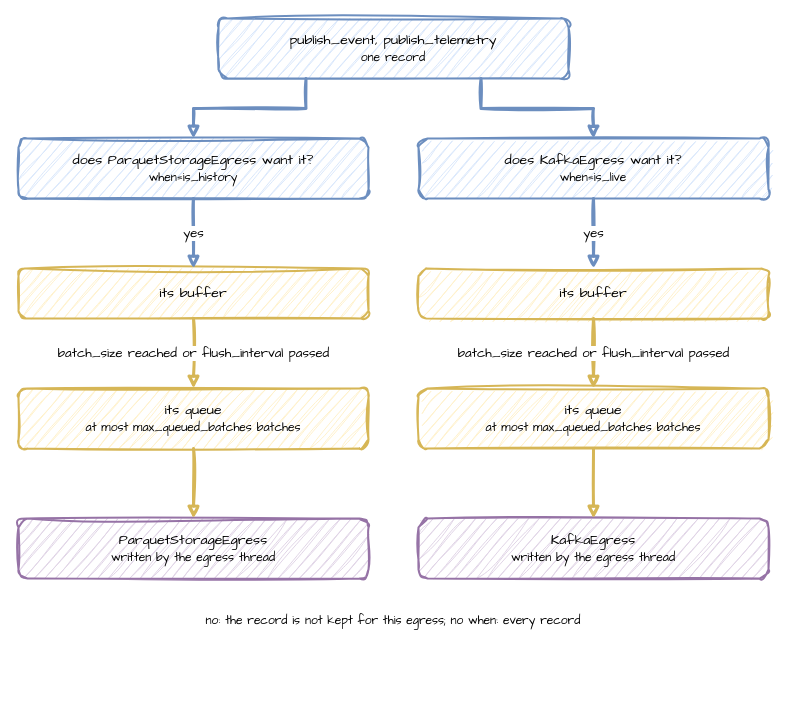
This is docs/assets/diagrams/egress-path.drawio from jaehyeon-kim/desflow, a draw.io file, before an edit. Source tidied: cells renumbered, new cells numbered last; positions are measured from the earlier drawing's top-left corner, leaving out a move shared by most shapes. Both pictures are drawn from the tidied source at 100%, with x=0, y=0 at pixel (18, 18).
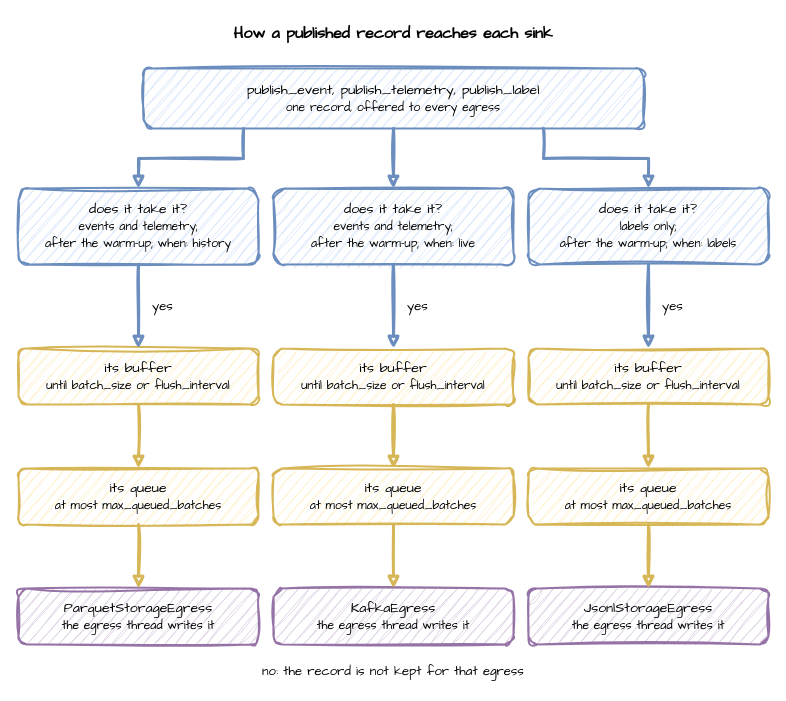
The same page after the edit.

The edit, as a diff of the source:
```diff
@@
+    <mxCell id="20" value="How a published record reaches each sink" style="text;html=1;align=center;verticalAlign=middle;whiteSpace=wrap;fontFamily=Comic Sans MS;fontSize=16;fontStyle=1;" parent="1" vertex="1">
+      <mxGeometry width="750" height="30" as="geometry" />
+    </mxCell>
-    <mxCell id="2" value="publish_event, publish_telemetry&lt;br&gt;&lt;font style='font-size:12px'&gt;one record&lt;/font&gt;" style="rounded=1;whiteSpace=wrap;html=1;sketch=1;curveFitting=1;jiggle=2;fontFamily=Comic Sans MS;fontSize=14;fillColor=#dae8fc;strokeColor=#6c8ebf;strokeWidth=2;" parent="1" vertex="1">
-      <mxGeometry x="200" width="350" height="60" as="geometry" />
+    <mxCell id="2" value="publish_event, publish_telemetry, publish_label&lt;br&gt;&lt;font style='font-size:12px'&gt;one record, offered to every egress&lt;/font&gt;" style="rounded=1;whiteSpace=wrap;html=1;sketch=1;curveFitting=1;jiggle=2;fontFamily=Comic Sans MS;fontSize=14;fillColor=#dae8fc;strokeColor=#6c8ebf;strokeWidth=2;" parent="1" vertex="1">
+      <mxGeometry x="125" y="50" width="500" height="60" as="geometry" />
     </mxCell>
-    <mxCell id="3" value="does ParquetStorageEgress want it?&lt;br&gt;&lt;font style='font-size:12px'&gt;when=is_history&lt;/font&gt;" style="rounded=1;whiteSpace=wrap;html=1;sketch=1;curveFitting=1;jiggle=2;fontFamily=Comic Sans MS;fontSize=14;fillColor=#dae8fc;strokeColor=#6c8ebf;strokeWidth=2;" parent="1" vertex="1">
-      <mxGeometry y="120" width="350" height="60" as="geometry" />
+    <mxCell id="3" value="does it take it?&lt;br&gt;&lt;font style='font-size:12px'&gt;events and telemetry;&lt;br&gt;after the warm-up; when: history&lt;/font&gt;" style="rounded=1;whiteSpace=wrap;html=1;sketch=1;curveFitting=1;jiggle=2;fontFamily=Comic Sans MS;fontSize=14;fillColor=#dae8fc;strokeColor=#6c8ebf;strokeWidth=2;" parent="1" vertex="1">
+      <mxGeometry y="170" width="240" height="76" as="geometry" />
     </mxCell>
-    <mxCell id="4" value="its buffer" style="rounded=1;whiteSpace=wrap;html=1;sketch=1;curveFitting=1;jiggle=2;fontFamily=Comic Sans MS;fontSize=14;fillColor=#fff2cc;strokeColor=#d6b656;strokeWidth=2;" parent="1" vertex="1">
-      <mxGeometry y="250" width="350" height="50" as="geometry" />
+    <mxCell id="4" value="its buffer&lt;br&gt;&lt;font style='font-size:12px'&gt;until batch_size or flush_interval&lt;/font&gt;" style="rounded=1;whiteSpace=wrap;html=1;sketch=1;curveFitting=1;jiggle=2;fontFamily=Comic Sans MS;fontSize=14;fillColor=#fff2cc;strokeColor=#d6b656;strokeWidth=2;" parent="1" vertex="1">
+      <mxGeometry y="330" width="240" height="56" as="geometry" />
     </mxCell>
-    <mxCell id="5" value="its queue&lt;br&gt;&lt;font style='font-size:12px'&gt;at most max_queued_batches batches&lt;/font&gt;" style="rounded=1;whiteSpace=wrap;html=1;sketch=1;curveFitting=1;jiggle=2;fontFamily=Comic Sans MS;fontSize=14;fillColor=#fff2cc;strokeColor=#d6b656;strokeWidth=2;" parent="1" vertex="1">
-      <mxGeometry y="370" width="350" height="60" as="geometry" />
+    <mxCell id="5" value="its queue&lt;br&gt;&lt;font style='font-size:12px'&gt;at most max_queued_batches&lt;/font&gt;" style="rounded=1;whiteSpace=wrap;html=1;sketch=1;curveFitting=1;jiggle=2;fontFamily=Comic Sans MS;fontSize=14;fillColor=#fff2cc;strokeColor=#d6b656;strokeWidth=2;" parent="1" vertex="1">
+      <mxGeometry y="450" width="240" height="56" as="geometry" />
     </mxCell>
-    <mxCell id="6" value="ParquetStorageEgress&lt;br&gt;&lt;font style='font-size:12px'&gt;written by the egress thread&lt;/font&gt;" style="rounded=1;whiteSpace=wrap;html=1;sketch=1;curveFitting=1;jiggle=2;fontFamily=Comic Sans MS;fontSize=14;fillColor=#e1d5e7;strokeColor=#9673a6;strokeWidth=2;" parent="1" vertex="1">
-      <mxGeometry y="500" width="350" height="60" as="geometry" />
+    <mxCell id="6" value="ParquetStorageEgress&lt;br&gt;&lt;font style='font-size:12px'&gt;the egress thread writes it&lt;/font&gt;" style="rounded=1;whiteSpace=wrap;html=1;sketch=1;curveFitting=1;jiggle=2;fontFamily=Comic Sans MS;fontSize=14;fillColor=#e1d5e7;strokeColor=#9673a6;strokeWidth=2;" parent="1" vertex="1">
+      <mxGeometry y="570" width="240" height="56" as="geometry" />
     </mxCell>
-    <mxCell id="7" style="edgeStyle=orthogonalEdgeStyle;rounded=0;sketch=1;html=1;strokeWidth=3;endArrow=block;strokeColor=#6c8ebf;fontFamily=Comic Sans MS;fontSize=13;labelBackgroundColor=#ffffff;exitX=0.25;exitY=1;exitDx=0;exitDy=0;entryX=0.5;entryY=0;entryDx=0;entryDy=0;" parent="1" edge="1" source="2" target="3">
+    <mxCell id="7" style="edgeStyle=orthogonalEdgeStyle;rounded=0;sketch=1;html=1;strokeWidth=3;endArrow=block;strokeColor=#6c8ebf;fontFamily=Comic Sans MS;fontSize=13;labelBackgroundColor=#ffffff;exitX=0.2;exitY=1;exitDx=0;exitDy=0;entryX=0.5;entryY=0;entryDx=0;entryDy=0;" parent="1" edge="1" source="2" target="3">
       <mxGeometry relative="1" as="geometry" />
     </mxCell>
-    <mxCell id="8" value="yes" style="edgeStyle=orthogonalEdgeStyle;rounded=0;sketch=1;html=1;strokeWidth=3;endArrow=block;strokeColor=#6c8ebf;fontFamily=Comic Sans MS;fontSize=13;labelBackgroundColor=#ffffff;exitX=0.5;exitY=1;exitDx=0;exitDy=0;entryX=0.5;entryY=0;entryDx=0;entryDy=0;" parent="1" edge="1" source="3" target="4">
-      <mxGeometry relative="1" as="geometry" />
+    <mxCell id="8" value="yes" style="edgeStyle=orthogonalEdgeStyle;rounded=0;sketch=1;html=1;strokeWidth=3;endArrow=block;strokeColor=#6c8ebf;fontFamily=Comic Sans MS;fontSize=13;labelBackgroundColor=#ffffff;align=left;exitX=0.5;exitY=1;exitDx=0;exitDy=0;entryX=0.5;entryY=0;entryDx=0;entryDy=0;" parent="1" edge="1" source="3" target="4">
+      <mxGeometry relative="1" as="geometry">
+        <mxPoint x="12" as="offset" />
+      </mxGeometry>
     </mxCell>
-    <mxCell id="9" value="batch_size reached or flush_interval passed" style="edgeStyle=orthogonalEdgeStyle;rounded=0;sketch=1;html=1;strokeWidth=3;endArrow=block;strokeColor=#d6b656;fontFamily=Comic Sans MS;fontSize=13;labelBackgroundColor=#ffffff;exitX=0.5;exitY=1;exitDx=0;exitDy=0;entryX=0.5;entryY=0;entryDx=0;entryDy=0;" parent="1" edge="1" source="4" target="5">
+    <mxCell id="9" style="edgeStyle=orthogonalEdgeStyle;rounded=0;sketch=1;html=1;strokeWidth=3;endArrow=block;strokeColor=#d6b656;fontFamily=Comic Sans MS;fontSize=13;labelBackgroundColor=#ffffff;exitX=0.5;exitY=1;exitDx=0;exitDy=0;entryX=0.5;entryY=0;entryDx=0;entryDy=0;" parent="1" edge="1" source="4" target="5">
       <mxGeometry relative="1" as="geometry" />
     </mxCell>
@@
-    <mxCell id="11" value="does KafkaEgress want it?&lt;br&gt;&lt;font style='font-size:12px'&gt;when=is_live&lt;/font&gt;" style="rounded=1;whiteSpace=wrap;html=1;sketch=1;curveFitting=1;jiggle=2;fontFamily=Comic Sans MS;fontSize=14;fillColor=#dae8fc;strokeColor=#6c8ebf;strokeWidth=2;" parent="1" vertex="1">
-      <mxGeometry x="400" y="120" width="350" height="60" as="geometry" />
+    <mxCell id="11" value="does it take it?&lt;br&gt;&lt;font style='font-size:12px'&gt;events and telemetry;&lt;br&gt;after the warm-up; when: live&lt;/font&gt;" style="rounded=1;whiteSpace=wrap;html=1;sketch=1;curveFitting=1;jiggle=2;fontFamily=Comic Sans MS;fontSize=14;fillColor=#dae8fc;strokeColor=#6c8ebf;strokeWidth=2;" parent="1" vertex="1">
+      <mxGeometry x="255" y="170" width="240" height="76" as="geometry" />
     </mxCell>
-    <mxCell id="12" value="its buffer" style="rounded=1;whiteSpace=wrap;html=1;sketch=1;curveFitting=1;jiggle=2;fontFamily=Comic Sans MS;fontSize=14;fillColor=#fff2cc;strokeColor=#d6b656;strokeWidth=2;" parent="1" vertex="1">
-      <mxGeometry x="400" y="250" width="350" height="50" as="geometry" />
+    <mxCell id="12" value="its buffer&lt;br&gt;&lt;font style='font-size:12px'&gt;until batch_size or flush_interval&lt;/font&gt;" style="rounded=1;whiteSpace=wrap;html=1;sketch=1;curveFitting=1;jiggle=2;fontFamily=Comic Sans MS;fontSize=14;fillColor=#fff2cc;strokeColor=#d6b656;strokeWidth=2;" parent="1" vertex="1">
+      <mxGeometry x="255" y="330" width="240" height="56" as="geometry" />
     </mxCell>
-    <mxCell id="13" value="its queue&lt;br&gt;&lt;font style='font-size:12px'&gt;at most max_queued_batches batches&lt;/font&gt;" style="rounded=1;whiteSpace=wrap;html=1;sketch=1;curveFitting=1;jiggle=2;fontFamily=Comic Sans MS;fontSize=14;fillColor=#fff2cc;strokeColor=#d6b656;strokeWidth=2;" parent="1" vertex="1">
-      <mxGeometry x="400" y="370" width="350" height="60" as="geometry" />
+    <mxCell id="13" value="its queue&lt;br&gt;&lt;font style='font-size:12px'&gt;at most max_queued_batches&lt;/font&gt;" style="rounded=1;whiteSpace=wrap;html=1;sketch=1;curveFitting=1;jiggle=2;fontFamily=Comic Sans MS;fontSize=14;fillColor=#fff2cc;strokeColor=#d6b656;strokeWidth=2;" parent="1" vertex="1">
+      <mxGeometry x="255" y="450" width="240" height="56" as="geometry" />
     </mxCell>
-    <mxCell id="14" value="KafkaEgress&lt;br&gt;&lt;font style='font-size:12px'&gt;written by the egress thread&lt;/font&gt;" style="rounded=1;whiteSpace=wrap;html=1;sketch=1;curveFitting=1;jiggle=2;fontFamily=Comic Sans MS;fontSize=14;fillColor=#e1d5e7;strokeColor=#9673a6;strokeWidth=2;" parent="1" vertex="1">
-      <mxGeometry x="400" y="500" width="350" height="60" as="geometry" />
+    <mxCell id="14" value="KafkaEgress&lt;br&gt;&lt;font style='font-size:12px'&gt;the egress thread writes it&lt;/font&gt;" style="rounded=1;whiteSpace=wrap;html=1;sketch=1;curveFitting=1;jiggle=2;fontFamily=Comic Sans MS;fontSize=14;fillColor=#e1d5e7;strokeColor=#9673a6;strokeWidth=2;" parent="1" vertex="1">
+      <mxGeometry x="255" y="570" width="240" height="56" as="geometry" />
     </mxCell>
-    <mxCell id="15" style="edgeStyle=orthogonalEdgeStyle;rounded=0;sketch=1;html=1;strokeWidth=3;endArrow=block;strokeColor=#6c8ebf;fontFamily=Comic Sans MS;fontSize=13;labelBackgroundColor=#ffffff;exitX=0.75;exitY=1;exitDx=0;exitDy=0;entryX=0.5;entryY=0;entryDx=0;entryDy=0;" parent="1" edge="1" source="2" target="11">
+    <mxCell id="15" style="edgeStyle=orthogonalEdgeStyle;rounded=0;sketch=1;html=1;strokeWidth=3;endArrow=block;strokeColor=#6c8ebf;fontFamily=Comic Sans MS;fontSize=13;labelBackgroundColor=#ffffff;exitX=0.5;exitY=1;exitDx=0;exitDy=0;entryX=0.5;entryY=0;entryDx=0;entryDy=0;" parent="1" edge="1" source="2" target="11">
       <mxGeometry relative="1" as="geometry" />
     </mxCell>
-    <mxCell id="16" value="yes" style="edgeStyle=orthogonalEdgeStyle;rounded=0;sketch=1;html=1;strokeWidth=3;endArrow=block;strokeColor=#6c8ebf;fontFamily=Comic Sans MS;fontSize=13;labelBackgroundColor=#ffffff;exitX=0.5;exitY=1;exitDx=0;exitDy=0;entryX=0.5;entryY=0;entryDx=0;entryDy=0;" parent="1" edge="1" source="11" target="12">
-      <mxGeometry relative="1" as="geometry" />
+    <mxCell id="16" value="yes" style="edgeStyle=orthogonalEdgeStyle;rounded=0;sketch=1;html=1;strokeWidth=3;endArrow=block;strokeColor=#6c8ebf;fontFamily=Comic Sans MS;fontSize=13;labelBackgroundColor=#ffffff;align=left;exitX=0.5;exitY=1;exitDx=0;exitDy=0;entryX=0.5;entryY=0;entryDx=0;entryDy=0;" parent="1" edge="1" source="11" target="12">
+      <mxGeometry relative="1" as="geometry">
+        <mxPoint x="12" as="offset" />
+      </mxGeometry>
     </mxCell>
-    <mxCell id="17" value="batch_size reached or flush_interval passed" style="edgeStyle=orthogonalEdgeStyle;rounded=0;sketch=1;html=1;strokeWidth=3;endArrow=block;strokeColor=#d6b656;fontFamily=Comic Sans MS;fontSize=13;labelBackgroundColor=#ffffff;exitX=0.5;exitY=1;exitDx=0;exitDy=0;entryX=0.5;entryY=0;entryDx=0;entryDy=0;" parent="1" edge="1" source="12" target="13">
+    <mxCell id="17" style="edgeStyle=orthogonalEdgeStyle;rounded=0;sketch=1;html=1;strokeWidth=3;endArrow=block;strokeColor=#d6b656;fontFamily=Comic Sans MS;fontSize=13;labelBackgroundColor=#ffffff;exitX=0.5;exitY=1;exitDx=0;exitDy=0;entryX=0.5;entryY=0;entryDx=0;entryDy=0;" parent="1" edge="1" source="12" target="13">
       <mxGeometry relative="1" as="geometry" />
     </mxCell>
@@
-    <mxCell id="19" value="&lt;font style='font-size:12px'&gt;no: the record is not kept for this egress; no when: every record&lt;/font&gt;" style="text;html=1;align=center;verticalAlign=middle;whiteSpace=wrap;html=1;sketch=1;curveFitting=1;jiggle=2;fontFamily=Comic Sans MS;fontSize=14;" parent="1" vertex="1">
-      <mxGeometry y="590" width="750" height="24" as="geometry" />
+    <mxCell id="19" value="does it take it?&lt;br&gt;&lt;font style='font-size:12px'&gt;labels only;&lt;br&gt;after the warm-up; when: labels&lt;/font&gt;" style="rounded=1;whiteSpace=wrap;html=1;sketch=1;curveFitting=1;jiggle=2;fontFamily=Comic Sans MS;fontSize=14;fillColor=#dae8fc;strokeColor=#6c8ebf;strokeWidth=2;" parent="1" vertex="1">
+      <mxGeometry x="510" y="170" width="240" height="76" as="geometry" />
     </mxCell>
+    <mxCell id="21" value="its buffer&lt;br&gt;&lt;font style='font-size:12px'&gt;until batch_size or flush_interval&lt;/font&gt;" style="rounded=1;whiteSpace=wrap;html=1;sketch=1;curveFitting=1;jiggle=2;fontFamily=Comic Sans MS;fontSize=14;fillColor=#fff2cc;strokeColor=#d6b656;strokeWidth=2;" parent="1" vertex="1">
+      <mxGeometry x="510" y="330" width="240" height="56" as="geometry" />
+    </mxCell>
+    <mxCell id="22" value="its queue&lt;br&gt;&lt;font style='font-size:12px'&gt;at most max_queued_batches&lt;/font&gt;" style="rounded=1;whiteSpace=wrap;html=1;sketch=1;curveFitting=1;jiggle=2;fontFamily=Comic Sans MS;fontSize=14;fillColor=#fff2cc;strokeColor=#d6b656;strokeWidth=2;" parent="1" vertex="1">
+      <mxGeometry x="510" y="450" width="240" height="56" as="geometry" />
+    </mxCell>
+    <mxCell id="23" value="JsonlStorageEgress&lt;br&gt;&lt;font style='font-size:12px'&gt;the egress thread writes it&lt;/font&gt;" style="rounded=1;whiteSpace=wrap;html=1;sketch=1;curveFitting=1;jiggle=2;fontFamily=Comic Sans MS;fontSize=14;fillColor=#e1d5e7;strokeColor=#9673a6;strokeWidth=2;" parent="1" vertex="1">
+      <mxGeometry x="510" y="570" width="240" height="56" as="geometry" />
+    </mxCell>
+    <mxCell id="24" style="edgeStyle=orthogonalEdgeStyle;rounded=0;sketch=1;html=1;strokeWidth=3;endArrow=block;strokeColor=#6c8ebf;fontFamily=Comic Sans MS;fontSize=13;labelBackgroundColor=#ffffff;exitX=0.8;exitY=1;exitDx=0;exitDy=0;entryX=0.5;entryY=0;entryDx=0;entryDy=0;" parent="1" edge="1" source="2" target="19">
+      <mxGeometry relative="1" as="geometry" />
+    </mxCell>
+    <mxCell id="25" value="yes" style="edgeStyle=orthogonalEdgeStyle;rounded=0;sketch=1;html=1;strokeWidth=3;endArrow=block;strokeColor=#6c8ebf;fontFamily=Comic Sans MS;fontSize=13;labelBackgroundColor=#ffffff;align=left;exitX=0.5;exitY=1;exitDx=0;exitDy=0;entryX=0.5;entryY=0;entryDx=0;entryDy=0;" parent="1" edge="1" source="19" target="21">
+      <mxGeometry relative="1" as="geometry">
+        <mxPoint x="12" as="offset" />
+      </mxGeometry>
+    </mxCell>
+    <mxCell id="26" style="edgeStyle=orthogonalEdgeStyle;rounded=0;sketch=1;html=1;strokeWidth=3;endArrow=block;strokeColor=#d6b656;fontFamily=Comic Sans MS;fontSize=13;labelBackgroundColor=#ffffff;exitX=0.5;exitY=1;exitDx=0;exitDy=0;entryX=0.5;entryY=0;entryDx=0;entryDy=0;" parent="1" edge="1" source="21" target="22">
+      <mxGeometry relative="1" as="geometry" />
+    </mxCell>
+    <mxCell id="27" style="edgeStyle=orthogonalEdgeStyle;rounded=0;sketch=1;html=1;strokeWidth=3;endArrow=block;strokeColor=#d6b656;fontFamily=Comic Sans MS;fontSize=13;labelBackgroundColor=#ffffff;exitX=0.5;exitY=1;exitDx=0;exitDy=0;entryX=0.5;entryY=0;entryDx=0;entryDy=0;" parent="1" edge="1" source="22" target="23">
+      <mxGeometry relative="1" as="geometry" />
+    </mxCell>
+    <mxCell id="28" value="no: the record is not kept for that egress" style="text;html=1;align=center;verticalAlign=middle;whiteSpace=wrap;fontFamily=Comic Sans MS;fontSize=13;" parent="1" vertex="1">
+      <mxGeometry y="640" width="750" height="26" as="geometry" />
+    </mxCell>
```
